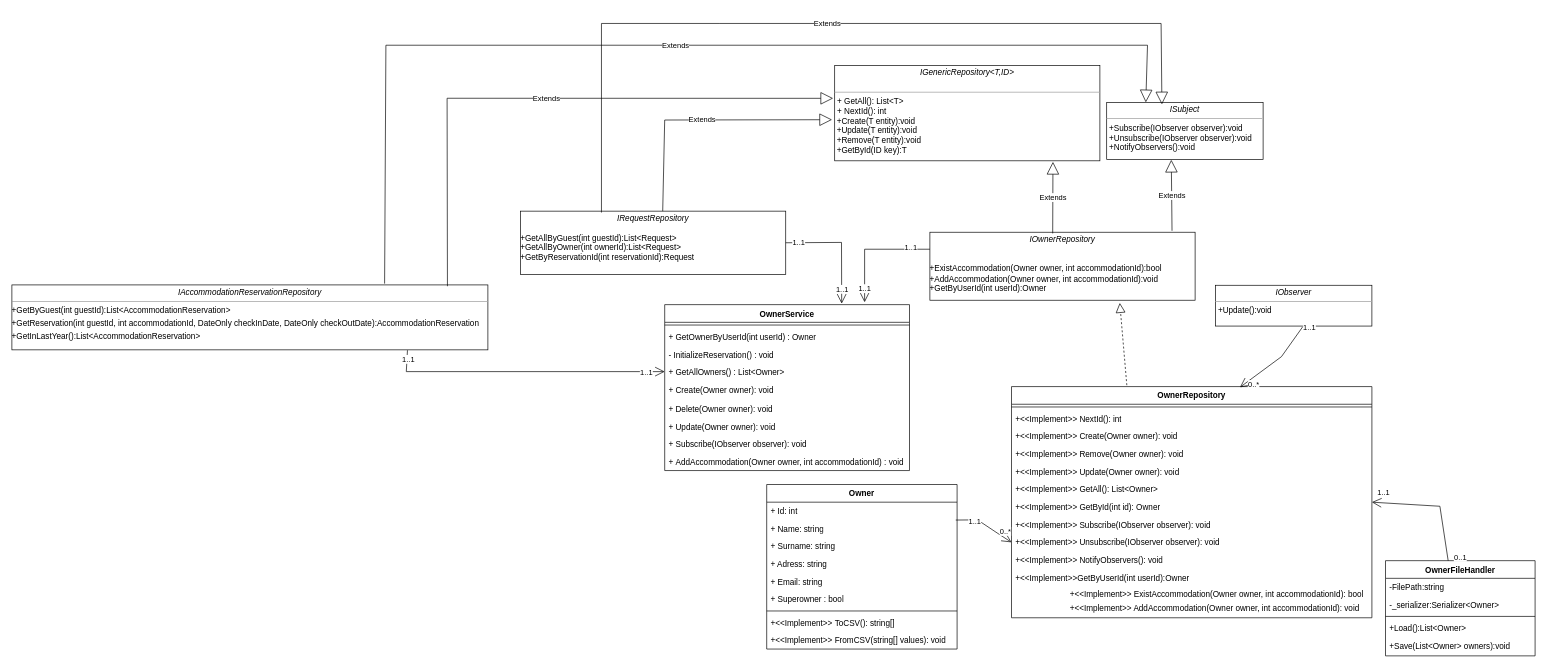
The draw.io diagram ProjectSims/ClassDiagram/Owner/OwnerDRAWIO.drawio in jblanusa13/SimsProjekat, before the edit. Source tidied: cells renumbered, new cells numbered last; positions are measured from the earlier drawing's top-left corner, leaving out a move shared by most shapes. Both pictures are drawn from the tidied source at 68%, with x=0, y=0 at pixel (12, 23).
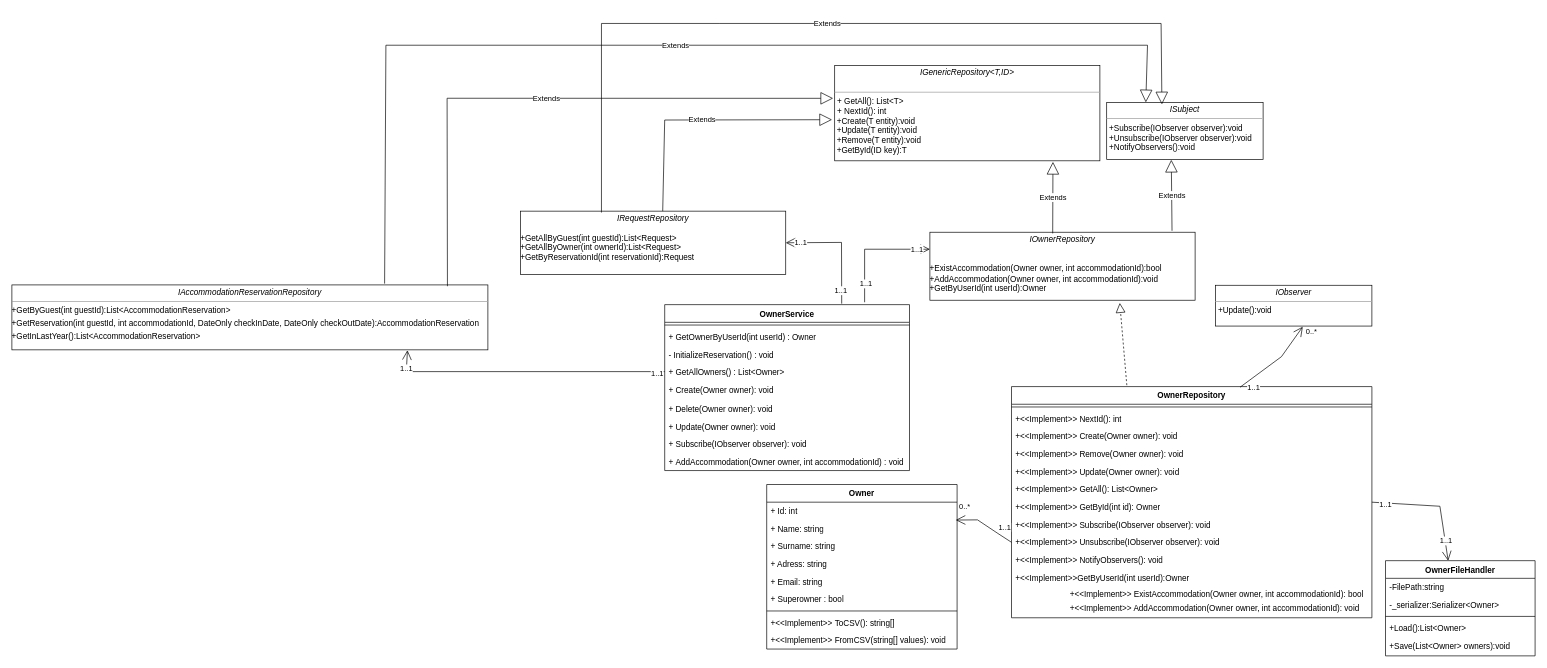
The same diagram, later.

The change refers to these unchanged cells:
```xml
<mxCell id="2" value="&lt;p style=&quot;margin: 4px 0px 0px;&quot;&gt;&lt;/p&gt;&lt;div style=&quot;text-align: center;&quot;&gt;&lt;i style=&quot;border-color: var(--border-color);&quot;&gt;IAccommodationReservationRepository&lt;/i&gt;&lt;br&gt;&lt;/div&gt;&lt;hr size=&quot;1&quot;&gt;&lt;p style=&quot;border-color: var(--border-color); margin: 4px 0px 0px;&quot;&gt;+GetByGuest(int guestId):List&amp;lt;AccommodationReservation&amp;gt;&lt;/p&gt;&lt;p style=&quot;border-color: var(--border-color); margin: 4px 0px 0px;&quot;&gt;&lt;span style=&quot;background-color: initial;&quot;&gt;+GetReservation(int guestId, int accommodationId, DateOnly checkInDate, DateOnly checkOutDate):AccommodationReservation&lt;/span&gt;&lt;br&gt;&lt;/p&gt;&lt;p style=&quot;border-color: var(--border-color); margin: 4px 0px 0px;&quot;&gt;+GetInLastYear():List&amp;lt;AccommodationReservation&amp;gt;&lt;/p&gt;&lt;p style=&quot;border-color: var(--border-color); margin: 4px 0px 0px;&quot;&gt;&lt;br&gt;&lt;/p&gt;&lt;p style=&quot;border-color: var(--border-color); margin: 4px 0px 0px;&quot;&gt;&lt;br&gt;&lt;/p&gt;&lt;p style=&quot;border-color: var(--border-color); margin: 4px 0px 0px;&quot;&gt;&lt;br&gt;&lt;/p&gt;&lt;p style=&quot;margin:0px;margin-left:4px;&quot;&gt;&lt;span style=&quot;&quot;&gt;&lt;span style=&quot;&quot;&gt;&amp;nbsp;&amp;nbsp;&amp;nbsp;&amp;nbsp;&lt;/span&gt;&lt;/span&gt;&lt;span style=&quot;&quot;&gt;&lt;span style=&quot;&quot;&gt;&amp;nbsp;&amp;nbsp;&amp;nbsp;&amp;nbsp;&lt;/span&gt;&lt;/span&gt;&lt;span style=&quot;&quot;&gt;&lt;span style=&quot;&quot;&gt;&amp;nbsp;&amp;nbsp;&amp;nbsp;&amp;nbsp;&lt;/span&gt;&lt;/span&gt;&amp;nbsp;&lt;br&gt;&lt;/p&gt;" style="verticalAlign=top;align=left;overflow=fill;fontSize=12;fontFamily=Helvetica;html=1;whiteSpace=wrap;" parent="1" vertex="1">
  <mxGeometry y="384.5" width="700" height="95.5" as="geometry" />
</mxCell>
<mxCell id="8" value="&lt;p style=&quot;margin:0px;margin-top:4px;text-align:center;&quot;&gt;&lt;i&gt;IRequestRepository&lt;/i&gt;&lt;br&gt;&lt;/p&gt;&lt;p style=&quot;margin:0px;margin-left:4px;&quot;&gt;&lt;br&gt;&lt;/p&gt;&lt;div&gt;+GetAllByGuest(int guestId):List&amp;lt;Request&amp;gt;&lt;/div&gt;&lt;div&gt;+GetAllByOwner(int ownerId):List&amp;lt;Request&amp;gt;&lt;/div&gt;&lt;div&gt;+GetByReservationId(int reservationId):Request&lt;/div&gt;&lt;p style=&quot;margin:0px;margin-left:4px;&quot;&gt;&lt;/p&gt;" style="verticalAlign=top;align=left;overflow=fill;fontSize=12;fontFamily=Helvetica;html=1;whiteSpace=wrap;" parent="1" vertex="1">
  <mxGeometry x="748" y="276" width="390" height="93" as="geometry" />
</mxCell>
<mxCell id="12" value="OwnerService" style="swimlane;fontStyle=1;align=center;verticalAlign=top;horizontal=1;startSize=26;whiteSpace=wrap;html=1;" parent="1" vertex="1">
  <mxGeometry x="960" y="413.5" width="360" height="244" as="geometry" />
</mxCell>
<mxCell id="22" value="&lt;p style=&quot;margin:0px;margin-top:4px;text-align:center;&quot;&gt;&lt;i&gt;IOwnerRepository&lt;/i&gt;&lt;/p&gt;&lt;p style=&quot;margin:0px;margin-left:4px;&quot;&gt;&lt;br&gt;&lt;/p&gt;&lt;p style=&quot;margin:0px;margin-left:4px;&quot;&gt;&lt;/p&gt;&lt;br&gt;&lt;div&gt;+ExistAccommodation(Owner owner, int accommodationId):bool&lt;/div&gt;&lt;div&gt;+AddAccommodation(Owner owner, int accommodationId):void&lt;/div&gt;&lt;div&gt;+GetByUserId(int userId):Owner&lt;/div&gt;&lt;br&gt;&lt;p style=&quot;margin:0px;margin-left:4px;&quot;&gt;&lt;/p&gt;" style="verticalAlign=top;align=left;overflow=fill;fontSize=12;fontFamily=Helvetica;html=1;whiteSpace=wrap;" parent="1" vertex="1">
  <mxGeometry x="1350" y="307" width="390" height="100" as="geometry" />
</mxCell>
<mxCell id="33" value="&lt;p style=&quot;margin:0px;margin-top:4px;text-align:center;&quot;&gt;&lt;i style=&quot;&quot;&gt;IObserver&lt;/i&gt;&lt;/p&gt;&lt;hr size=&quot;1&quot;&gt;&lt;p style=&quot;margin:0px;margin-left:4px;&quot;&gt;+Update():void&lt;/p&gt;" style="verticalAlign=top;align=left;overflow=fill;fontSize=12;fontFamily=Helvetica;html=1;whiteSpace=wrap;" parent="1" vertex="1">
  <mxGeometry x="1770" y="385" width="230" height="60" as="geometry" />
</mxCell>
<mxCell id="34" value="&lt;b&gt;OwnerRepository&lt;/b&gt;" style="swimlane;fontStyle=0;horizontal=1;startSize=26;fillColor=none;whiteSpace=wrap;html=1;labelBackgroundColor=none;" parent="1" vertex="1">
  <mxGeometry x="1470" y="534" width="530" height="340" as="geometry" />
</mxCell>
<mxCell id="43" value="+&amp;lt;&amp;lt;Implement&amp;gt;&amp;gt; Unsubscribe(IObserver observer): void" style="text;strokeColor=none;fillColor=none;align=left;verticalAlign=top;spacingLeft=4;spacingRight=4;overflow=hidden;points=[[0,0.5],[1,0.5]];portConstraint=eastwest;whiteSpace=wrap;html=1;labelBackgroundColor=none;" parent="34" vertex="1">
  <mxGeometry y="216" width="530" height="26" as="geometry" />
</mxCell>
<mxCell id="46" value="OwnerFileHandler" style="swimlane;fontStyle=1;align=center;verticalAlign=top;horizontal=1;startSize=26;rounded=0;shadow=0;strokeWidth=1;labelBackgroundColor=none;" parent="1" vertex="1">
  <mxGeometry x="2020" y="790" width="220" height="140" as="geometry" />
</mxCell>
<mxCell id="60" value="+ Name: string" style="text;strokeColor=none;fillColor=none;align=left;verticalAlign=top;spacingLeft=4;spacingRight=4;overflow=hidden;points=[[0,0.5],[1,0.5]];portConstraint=eastwest;whiteSpace=wrap;html=1;" parent="58" vertex="1">
  <mxGeometry y="52" width="280" height="26" as="geometry" />
</mxCell>
```

Change to the diagram source:
```diff
@@
-    <mxCell id="9" style="endArrow=open;endFill=1;endSize=12;html=1;rounded=0;exitX=1;exitY=0.5;exitDx=0;exitDy=0;entryX=0.723;entryY=-0.006;entryDx=0;entryDy=0;entryPerimeter=0;" parent="1" edge="1" source="8" target="12">
+    <mxCell id="9" style="endArrow=open;endFill=1;endSize=12;html=1;rounded=0;exitX=0.723;exitY=-0.006;exitDx=0;exitDy=0;entryX=1;entryY=0.5;entryDx=0;entryDy=0;exitPerimeter=0;" parent="1" edge="1" source="12" target="8">
       <mxGeometry relative="1" as="geometry">
         <Array as="points">
           <mxPoint x="1220" y="322" />
         </Array>
       </mxGeometry>
     </mxCell>
@@
-    <mxCell id="23" style="endArrow=open;endFill=1;endSize=12;html=1;rounded=0;exitX=0;exitY=0.25;exitDx=0;exitDy=0;" parent="1" edge="1" source="22">
+    <mxCell id="23" style="endArrow=open;endFill=1;endSize=12;html=1;rounded=0;exitX=0;exitY=0.25;exitDx=0;exitDy=0;entryX=0;entryY=0.25;entryDx=0;entryDy=0;" parent="1" edge="1" target="22">
       <mxGeometry relative="1" as="geometry">
-        <mxPoint x="1254" y="410" as="targetPoint" />
+        <mxPoint x="1254" y="410" as="sourcePoint" />
         <Array as="points">
           <mxPoint x="1254" y="332" />
         </Array>
       </mxGeometry>
     </mxCell>
@@
-    <mxCell id="28" style="endArrow=open;endFill=1;endSize=12;html=1;rounded=0;exitX=0.831;exitY=1.006;exitDx=0;exitDy=0;exitPerimeter=0;" parent="1" edge="1" source="2">
+    <mxCell id="28" style="endArrow=open;endFill=1;endSize=12;html=1;rounded=0;exitX=0.831;exitY=1.006;exitDx=0;exitDy=0;exitPerimeter=0;entryX=0.831;entryY=1.006;entryDx=0;entryDy=0;entryPerimeter=0;" parent="1" edge="1" target="2">
       <mxGeometry relative="1" as="geometry">
-        <mxPoint x="960" y="512" as="targetPoint" />
+        <mxPoint x="960" y="512" as="sourcePoint" />
         <Array as="points">
           <mxPoint x="580" y="512" />
         </Array>
       </mxGeometry>
     </mxCell>
@@
-    <mxCell id="52" style="endArrow=open;endFill=1;endSize=12;html=1;rounded=0;entryX=1;entryY=0.5;entryDx=0;entryDy=0;exitX=0.419;exitY=0.001;exitDx=0;exitDy=0;exitPerimeter=0;" parent="1" edge="1" source="46" target="34">
+    <mxCell id="52" style="endArrow=open;endFill=1;endSize=12;html=1;rounded=0;entryX=0.419;entryY=0.001;entryDx=0;entryDy=0;exitX=1;exitY=0.5;exitDx=0;exitDy=0;entryPerimeter=0;" parent="1" edge="1" source="34" target="46">
       <mxGeometry relative="1" as="geometry">
         <Array as="points">
           <mxPoint x="2100" y="710" />
         </Array>
       </mxGeometry>
     </mxCell>
@@
-    <mxCell id="54" value="0..1" style="edgeLabel;html=1;align=center;verticalAlign=middle;" parent="52" vertex="1">
+    <mxCell id="54" value="1..1" style="edgeLabel;html=1;align=center;verticalAlign=middle;" parent="52" vertex="1">
       <mxGeometry x="-0.87" y="-2" relative="1" as="geometry">
-        <mxPoint x="17" y="7" as="offset" />
+        <mxPoint x="8" y="1" as="offset" />
       </mxGeometry>
     </mxCell>
-    <mxCell id="55" style="endArrow=open;endFill=1;endSize=12;html=1;rounded=0;entryX=0.634;entryY=0.003;entryDx=0;entryDy=0;entryPerimeter=0;exitX=0.558;exitY=1.016;exitDx=0;exitDy=0;exitPerimeter=0;" parent="1" edge="1" source="33" target="34">
+    <mxCell id="55" style="endArrow=open;endFill=1;endSize=12;html=1;rounded=0;entryX=0.558;entryY=1.016;entryDx=0;entryDy=0;entryPerimeter=0;exitX=0.634;exitY=0.003;exitDx=0;exitDy=0;exitPerimeter=0;" parent="1" edge="1" source="34" target="33">
       <mxGeometry relative="1" as="geometry">
         <Array as="points">
           <mxPoint x="1867" y="490" />
         </Array>
       </mxGeometry>
     </mxCell>
@@
+    <mxCell id="71" style="endArrow=block;dashed=1;endFill=0;endSize=12;html=1;rounded=0;exitX=0.32;exitY=-0.006;exitDx=0;exitDy=0;exitPerimeter=0;entryX=0.716;entryY=1.04;entryDx=0;entryDy=0;entryPerimeter=0;" parent="1" edge="1" source="34" target="22">
+      <mxGeometry relative="1" as="geometry" />
+    </mxCell>
+    <mxCell id="72" value="+&amp;lt;&amp;lt;Implement&amp;gt;&amp;gt; ExistAccommodation(Owner owner, int accommodationId): bool" style="text;strokeColor=none;fillColor=none;align=left;verticalAlign=top;spacingLeft=4;spacingRight=4;overflow=hidden;whiteSpace=wrap;html=1;labelBackgroundColor=none;" parent="1" vertex="1">
+      <mxGeometry x="1550" y="826" width="490" height="26" as="geometry" />
+    </mxCell>
+    <mxCell id="73" value="+&amp;lt;&amp;lt;Implement&amp;gt;&amp;gt; AddAccommodation(Owner owner, int accommodationId): void" style="text;strokeColor=none;fillColor=none;align=left;verticalAlign=top;spacingLeft=4;spacingRight=4;overflow=hidden;whiteSpace=wrap;html=1;labelBackgroundColor=none;" parent="1" vertex="1">
+      <mxGeometry x="1550" y="846" width="480" height="26" as="geometry" />
+    </mxCell>
-    <mxCell id="68" style="endArrow=open;endFill=1;endSize=12;html=1;rounded=0;exitX=0.993;exitY=0.011;exitDx=0;exitDy=0;exitPerimeter=0;entryX=0;entryY=0.5;entryDx=0;entryDy=0;" parent="1" edge="1" source="60" target="43">
+    <mxCell id="68" style="endArrow=open;endFill=1;endSize=12;html=1;rounded=0;exitX=0;exitY=0.5;exitDx=0;exitDy=0;entryX=0.993;entryY=0.011;entryDx=0;entryDy=0;entryPerimeter=0;" parent="1" edge="1" source="43" target="60">
       <mxGeometry relative="1" as="geometry">
         <Array as="points">
+          <mxPoint x="1450" y="750" />
           <mxPoint x="1420" y="730" />
-          <mxPoint x="1450" y="750" />
         </Array>
       </mxGeometry>
     </mxCell>
-    <mxCell id="69" value="0..*" style="edgeLabel;html=1;align=center;verticalAlign=middle;" parent="68" vertex="1">
+    <mxCell id="69" value="1..1" style="edgeLabel;html=1;align=center;verticalAlign=middle;" parent="68" vertex="1">
       <mxGeometry x="0.76" relative="1" as="geometry">
-        <mxPoint y="-11" as="offset" />
+        <mxPoint x="61" y="10" as="offset" />
       </mxGeometry>
     </mxCell>
-    <mxCell id="70" value="1..1" style="edgeLabel;html=1;align=center;verticalAlign=middle;" parent="68" vertex="1">
+    <mxCell id="70" value="0..*" style="edgeLabel;html=1;align=center;verticalAlign=middle;" parent="68" vertex="1">
       <mxGeometry x="-0.87" y="1" relative="1" as="geometry">
-        <mxPoint x="21" y="2" as="offset" />
+        <mxPoint x="-64" y="-51" as="offset" />
       </mxGeometry>
     </mxCell>
-    <mxCell id="71" style="endArrow=block;dashed=1;endFill=0;endSize=12;html=1;rounded=0;exitX=0.32;exitY=-0.006;exitDx=0;exitDy=0;exitPerimeter=0;entryX=0.716;entryY=1.04;entryDx=0;entryDy=0;entryPerimeter=0;" parent="1" edge="1" source="34" target="22">
-      <mxGeometry relative="1" as="geometry" />
-    </mxCell>
-    <mxCell id="72" value="+&amp;lt;&amp;lt;Implement&amp;gt;&amp;gt; ExistAccommodation(Owner owner, int accommodationId): bool" style="text;strokeColor=none;fillColor=none;align=left;verticalAlign=top;spacingLeft=4;spacingRight=4;overflow=hidden;whiteSpace=wrap;html=1;labelBackgroundColor=none;" parent="1" vertex="1">
-      <mxGeometry x="1550" y="826" width="490" height="26" as="geometry" />
-    </mxCell>
-    <mxCell id="73" value="+&amp;lt;&amp;lt;Implement&amp;gt;&amp;gt; AddAccommodation(Owner owner, int accommodationId): void" style="text;strokeColor=none;fillColor=none;align=left;verticalAlign=top;spacingLeft=4;spacingRight=4;overflow=hidden;whiteSpace=wrap;html=1;labelBackgroundColor=none;" parent="1" vertex="1">
-      <mxGeometry x="1550" y="846" width="480" height="26" as="geometry" />
-    </mxCell>
```
